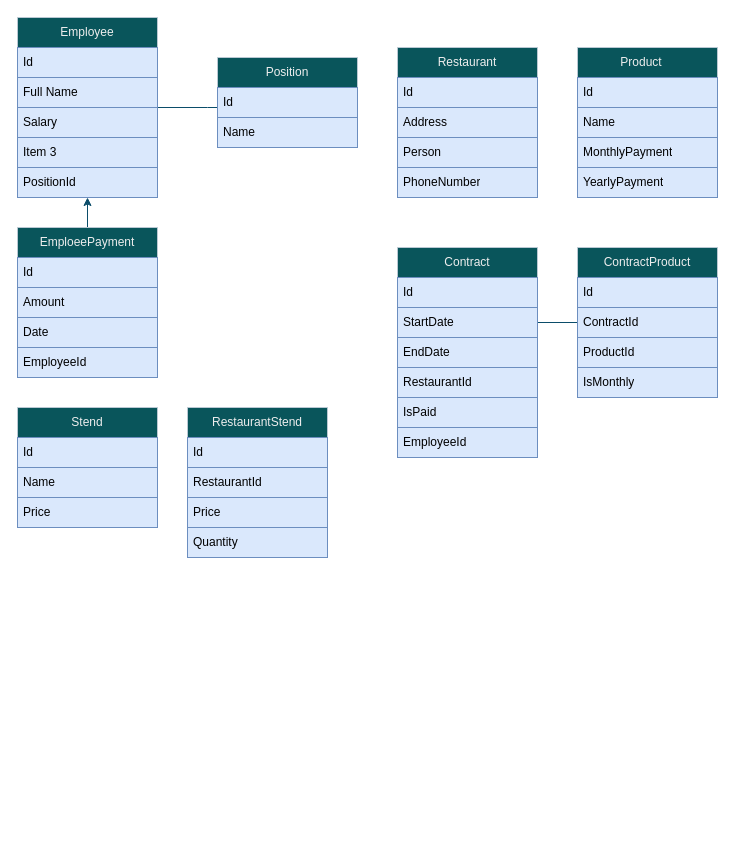
Earlier version of the draw.io diagram Untitled Diagram.drawio (sahand-salmani/Clustering). Source tidied: cells renumbered, new cells numbered last; positions are measured from the earlier drawing's top-left corner, leaving out a move shared by most shapes. Both pictures are drawn from the tidied source at 100%, with x=0, y=0 at pixel (17, 17).
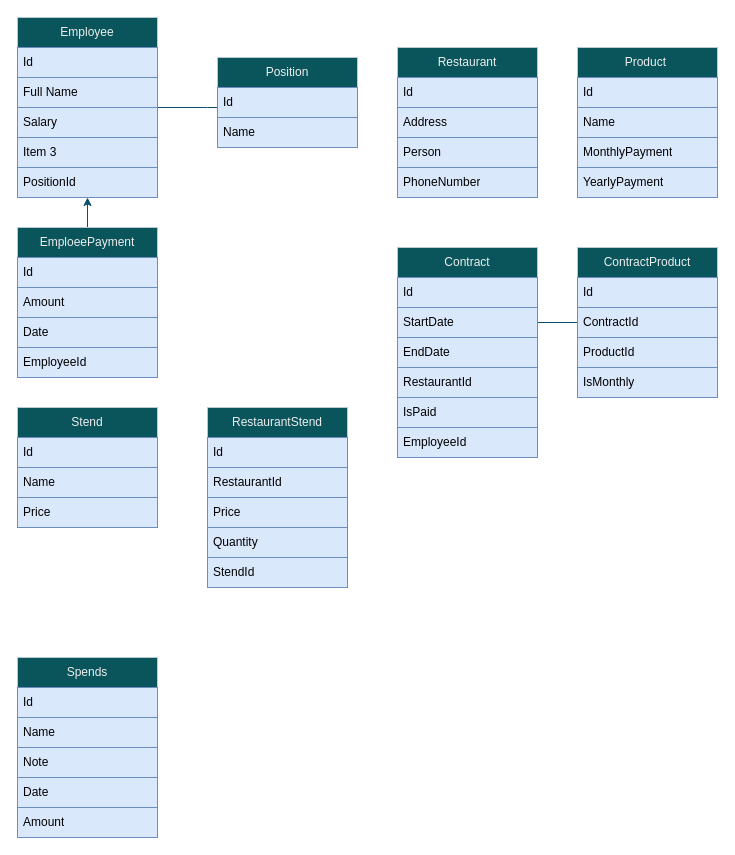
After the change.

Unchanged cells that the change refers to:
```xml
<mxCell id="13" value="EmploeePayment" style="swimlane;fontStyle=0;horizontal=1;startSize=30;whiteSpace=wrap;html=1;strokeColor=#BAC8D3;fontColor=#EEEEEE;fillColor=#09555B;" parent="1" vertex="1">
  <mxGeometry y="210" width="140" height="150" as="geometry" />
</mxCell>
```

Change to the diagram source:
```diff
@@
-    <mxCell id="15" value="Amount&lt;span style=&quot;white-space: pre;&quot;&gt;&#9;&lt;/span&gt;" style="text;strokeColor=#6c8ebf;fillColor=#dae8fc;align=left;verticalAlign=middle;spacingLeft=4;spacingRight=4;overflow=hidden;whiteSpace=wrap;html=1;" parent="13" vertex="1">
+    <mxCell id="15" value="Amount&lt;span style=&quot;white-space: pre;&quot;&gt; &lt;/span&gt;" style="text;strokeColor=#6c8ebf;fillColor=#dae8fc;align=left;verticalAlign=middle;spacingLeft=4;spacingRight=4;overflow=hidden;whiteSpace=wrap;html=1;" parent="13" vertex="1">
       <mxGeometry y="60" width="140" height="30" as="geometry" />
     </mxCell>
@@
-    <mxCell id="23" value="Product&lt;span style=&quot;white-space: pre;&quot;&gt;&#9;&lt;/span&gt;" style="swimlane;fontStyle=0;horizontal=1;startSize=30;whiteSpace=wrap;html=1;strokeColor=#BAC8D3;fontColor=#EEEEEE;fillColor=#09555B;" parent="1" vertex="1">
+    <mxCell id="23" value="Product&lt;span style=&quot;white-space: pre;&quot;&gt; &lt;/span&gt;" style="swimlane;fontStyle=0;horizontal=1;startSize=30;whiteSpace=wrap;html=1;strokeColor=#BAC8D3;fontColor=#EEEEEE;fillColor=#09555B;" parent="1" vertex="1">
       <mxGeometry x="560" y="30" width="140" height="150" as="geometry" />
     </mxCell>
@@
     <mxCell id="45" value="RestaurantStend" style="swimlane;fontStyle=0;horizontal=1;startSize=30;whiteSpace=wrap;html=1;strokeColor=#BAC8D3;fontColor=#EEEEEE;fillColor=#09555B;" parent="1" vertex="1">
-      <mxGeometry x="170" y="390" width="140" height="150" as="geometry" />
+      <mxGeometry x="190" y="390" width="140" height="180" as="geometry" />
     </mxCell>
@@
+    <mxCell id="50" value="StendId" style="text;strokeColor=#6c8ebf;fillColor=#dae8fc;align=left;verticalAlign=middle;spacingLeft=4;spacingRight=4;overflow=hidden;whiteSpace=wrap;html=1;" parent="45" vertex="1">
+      <mxGeometry y="150" width="140" height="30" as="geometry" />
+    </mxCell>
+    <mxCell id="51" value="Spends" style="swimlane;fontStyle=0;horizontal=1;startSize=30;whiteSpace=wrap;html=1;strokeColor=#BAC8D3;fontColor=#EEEEEE;fillColor=#09555B;" parent="1" vertex="1">
+      <mxGeometry y="640" width="140" height="180" as="geometry" />
+    </mxCell>
+    <mxCell id="52" value="Id" style="text;strokeColor=#6c8ebf;fillColor=#dae8fc;align=left;verticalAlign=middle;spacingLeft=4;spacingRight=4;overflow=hidden;whiteSpace=wrap;html=1;" parent="51" vertex="1">
+      <mxGeometry y="30" width="140" height="30" as="geometry" />
+    </mxCell>
+    <mxCell id="53" value="Name" style="text;strokeColor=#6c8ebf;fillColor=#dae8fc;align=left;verticalAlign=middle;spacingLeft=4;spacingRight=4;overflow=hidden;whiteSpace=wrap;html=1;" parent="51" vertex="1">
+      <mxGeometry y="60" width="140" height="30" as="geometry" />
+    </mxCell>
+    <mxCell id="54" value="Note" style="text;strokeColor=#6c8ebf;fillColor=#dae8fc;align=left;verticalAlign=middle;spacingLeft=4;spacingRight=4;overflow=hidden;whiteSpace=wrap;html=1;" parent="51" vertex="1">
+      <mxGeometry y="90" width="140" height="30" as="geometry" />
+    </mxCell>
+    <mxCell id="55" value="Date" style="text;strokeColor=#6c8ebf;fillColor=#dae8fc;align=left;verticalAlign=middle;spacingLeft=4;spacingRight=4;overflow=hidden;whiteSpace=wrap;html=1;" parent="51" vertex="1">
+      <mxGeometry y="120" width="140" height="30" as="geometry" />
+    </mxCell>
+    <mxCell id="56" value="Amount" style="text;strokeColor=#6c8ebf;fillColor=#dae8fc;align=left;verticalAlign=middle;spacingLeft=4;spacingRight=4;overflow=hidden;whiteSpace=wrap;html=1;" parent="51" vertex="1">
+      <mxGeometry y="150" width="140" height="30" as="geometry" />
+    </mxCell>
```
